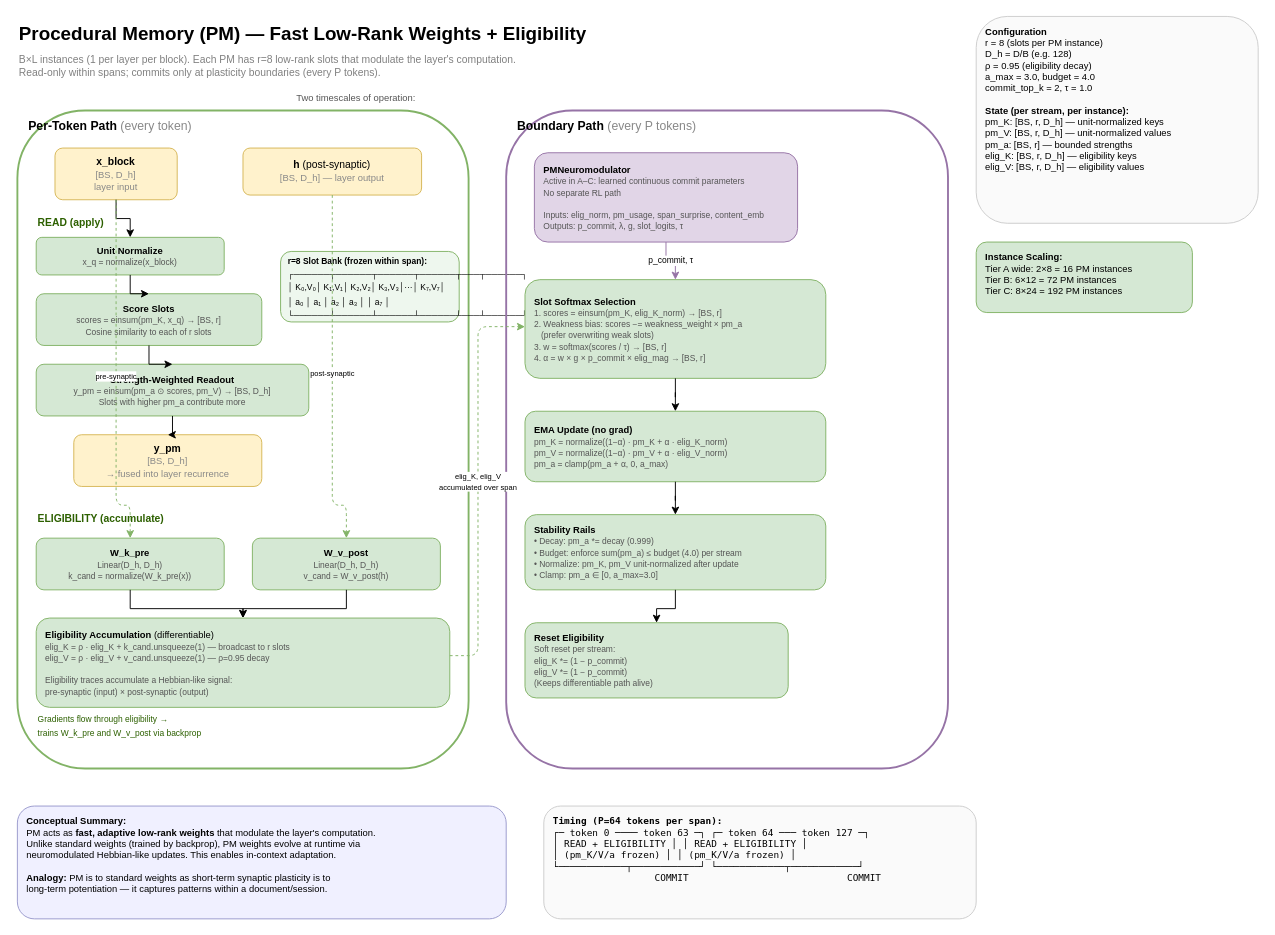
Above: docs/diagrams/procedural_memory.drawio in alxdofficial/neuromorphic (draw.io), before the change. Source tidied: cells renumbered, new cells numbered last; positions are measured from the earlier drawing's top-left corner, leaving out a move shared by most shapes. Both pictures are drawn from the tidied source at 94%, with x=0, y=0 at pixel (17, 16).
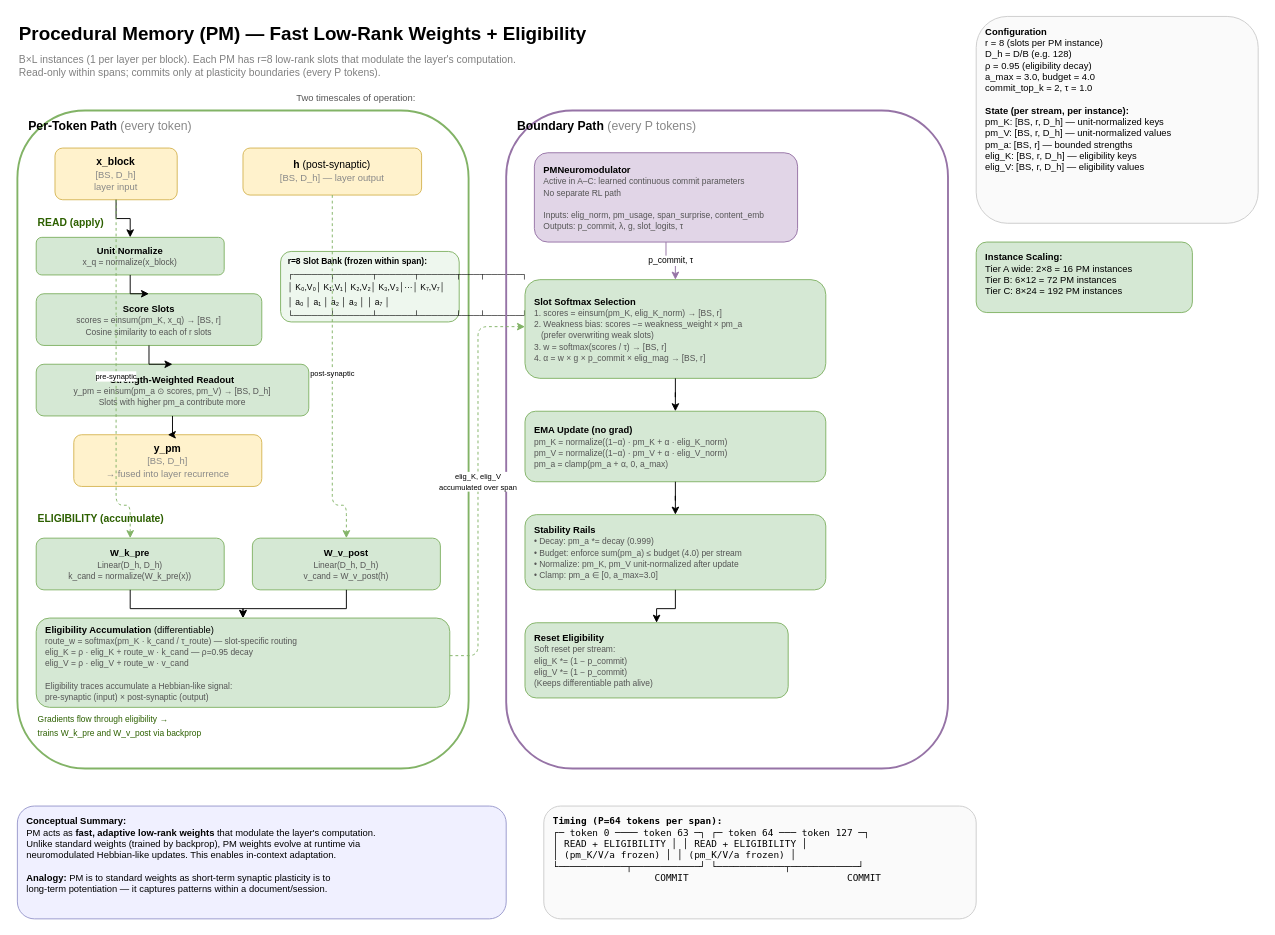
After the change.

Change to the diagram source:
```diff
@@
-    <mxCell id="26" value="&lt;b&gt;Eligibility Accumulation&lt;/b&gt; (differentiable)&lt;br&gt;&lt;font style=&quot;font-size: 9px;&quot; color=&quot;#555&quot;&gt;elig_K = ρ · elig_K + k_cand.unsqueeze(1)  — broadcast to r slots&lt;br&gt;elig_V = ρ · elig_V + v_cand.unsqueeze(1)  — ρ=0.95 decay&lt;br&gt;&lt;br&gt;Eligibility traces accumulate a Hebbian-like signal:&lt;br&gt;pre-synaptic (input) × post-synaptic (output)&lt;/font&gt;" style="rounded=1;whiteSpace=wrap;html=1;fillColor=#d5e8d4;strokeColor=#82b366;fontSize=10;align=left;spacingLeft=8;" parent="1" vertex="1">
+    <mxCell id="26" value="&lt;b&gt;Eligibility Accumulation&lt;/b&gt; (differentiable)&lt;br&gt;&lt;font style=&quot;font-size: 9px;&quot; color=&quot;#555&quot;&gt;route_w = softmax(pm_K · k_cand / τ_route) — slot-specific routing&lt;br&gt;elig_K = ρ · elig_K + route_w · k_cand  — ρ=0.95 decay&lt;br&gt;elig_V = ρ · elig_V + route_w · v_cand&lt;br&gt;&lt;br&gt;Eligibility traces accumulate a Hebbian-like signal:&lt;br&gt;pre-synaptic (input) × post-synaptic (output)&lt;/font&gt;" style="rounded=1;whiteSpace=wrap;html=1;fillColor=#d5e8d4;strokeColor=#82b366;fontSize=10;align=left;spacingLeft=8;" parent="1" vertex="1">
       <mxGeometry x="20" y="640" width="440" height="95" as="geometry" />
     </mxCell>
```
